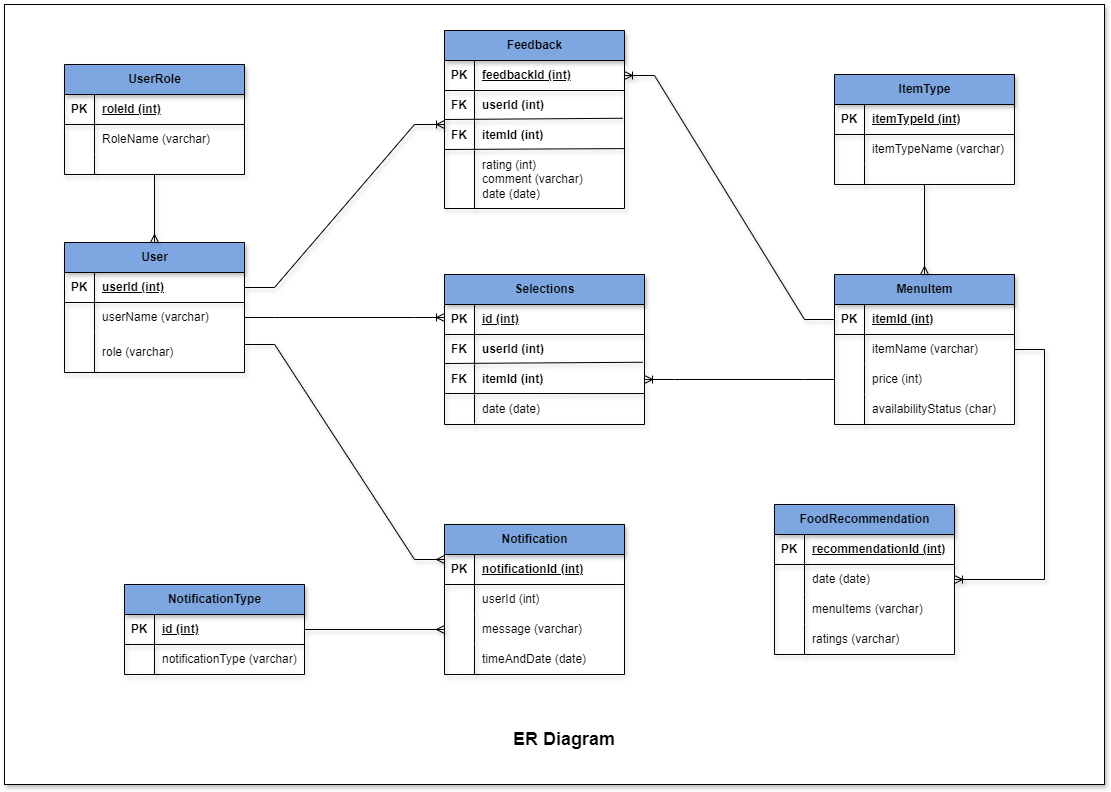
The draw.io diagram UML Diagrams/ER Diagram/ERDiagram.drawio.png in Poyam-ITT/Cafeteria_Recommendation_Engine, before a commit. Source tidied: cells renumbered, new cells last; positions are measured from the earlier drawing's top-left corner, leaving out a move shared by most shapes.
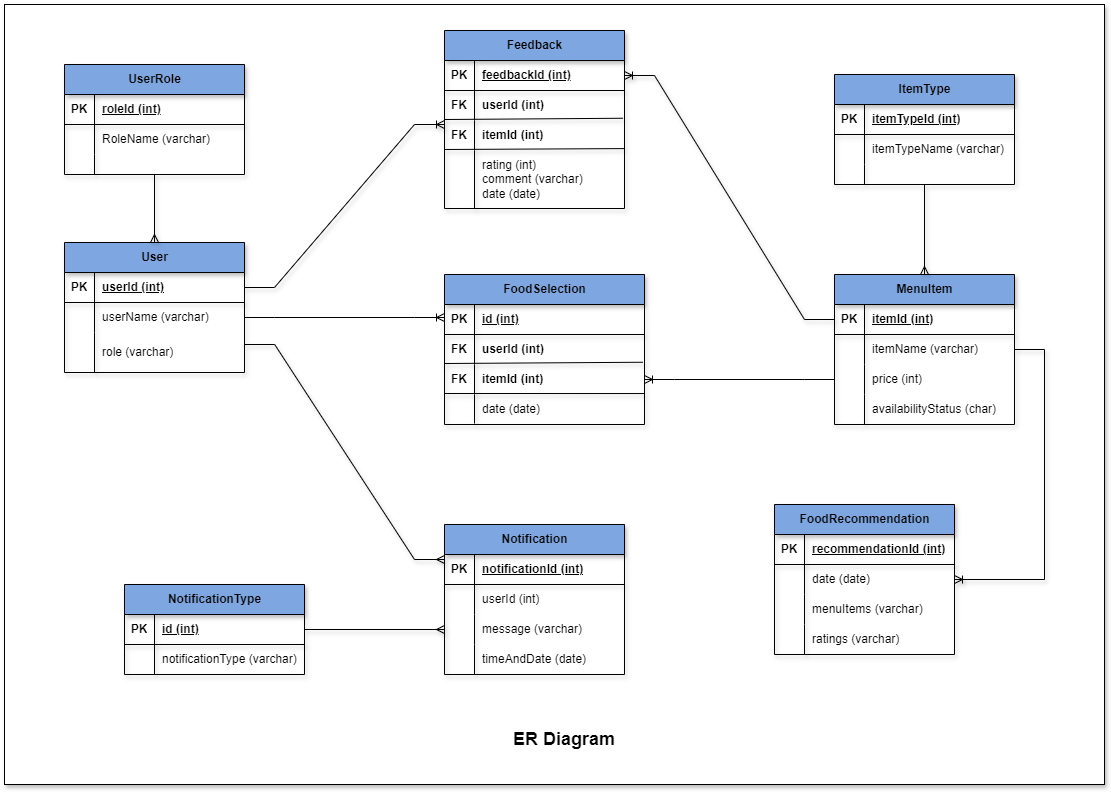
Later version of the same file.

Diff of the diagram source:
```diff
@@ -318,7 +318,7 @@
     <mxCell id="101" style="fontSize=12;html=1;endArrow=ERmany;rounded=0;shadow=1;entryX=0;entryY=0.5;entryDx=0;entryDy=0;exitX=1;exitY=0.5;exitDx=0;exitDy=0;" parent="1" edge="1" source="42" target="94">
       <mxGeometry relative="1" as="geometry" />
     </mxCell>
-    <mxCell id="102" value="Selections" style="shape=table;startSize=30;rowLines=0;fontStyle=1;align=center;html=1;fillColor=#7EA6E0;shadow=1;" parent="1" vertex="1">
+    <mxCell id="102" value="FoodSelection" style="shape=table;startSize=30;rowLines=0;fontStyle=1;align=center;html=1;fillColor=#7EA6E0;shadow=1;" parent="1" vertex="1">
       <mxGeometry x="440" y="270" width="200" height="150" as="geometry" />
     </mxCell>
     <mxCell id="103" style="shape=tableRow;horizontal=0;startSize=0;swimlaneHead=0;swimlaneBody=0;fillColor=none;top=0;left=0;right=0;bottom=1;shadow=1;" parent="102" vertex="1">
```
